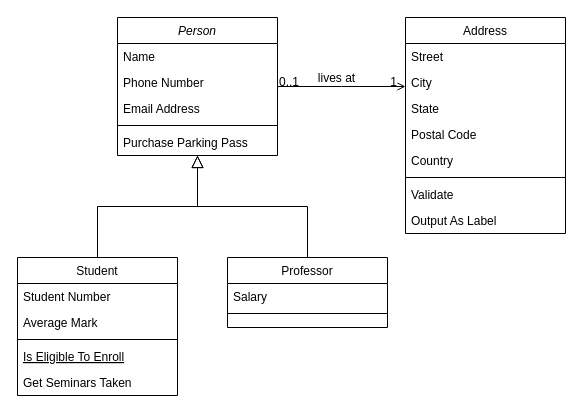
Earlier version of the draw.io diagram Diagram2.drawio (sophiiako/unik). Source tidied: cells renumbered, new cells numbered last; positions are measured from the earlier drawing's top-left corner, leaving out a move shared by most shapes. Both pictures are drawn from the tidied source at 100%, with x=0, y=0 at pixel (17, 17).
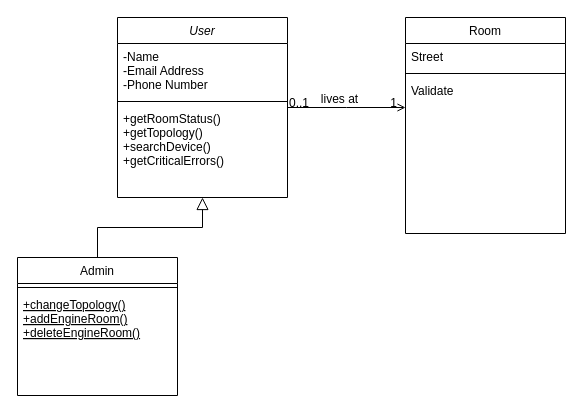
The same page after the edit.

What changed in the source:
```diff
@@
-    <mxCell id="2" value="Person" style="swimlane;fontStyle=2;align=center;verticalAlign=top;horizontal=1;startSize=26;rounded=0;shadow=0;strokeWidth=1;" parent="1" vertex="1">
-      <mxGeometry x="100" width="160" height="138" as="geometry" />
+    <mxCell id="2" value="User" style="swimlane;fontStyle=2;align=center;verticalAlign=top;horizontal=1;startSize=26;rounded=0;shadow=0;strokeWidth=1;" parent="1" vertex="1">
+      <mxGeometry x="100" width="170" height="180" as="geometry" />
     </mxCell>
-    <mxCell id="3" value="Name" style="text;align=left;verticalAlign=top;spacingLeft=4;spacingRight=4;overflow=hidden;" parent="2" vertex="1">
-      <mxGeometry y="26" width="160" height="26" as="geometry" />
+    <mxCell id="3" value="-Name&#10;-Email Address&#10;-Phone Number" style="text;align=left;verticalAlign=top;spacingLeft=4;spacingRight=4;overflow=hidden;" parent="2" vertex="1">
+      <mxGeometry y="26" width="170" height="54" as="geometry" />
     </mxCell>
-    <mxCell id="4" value="Phone Number" style="text;align=left;verticalAlign=top;spacingLeft=4;spacingRight=4;overflow=hidden;rounded=0;shadow=0;html=0;" parent="2" vertex="1">
-      <mxGeometry y="52" width="160" height="26" as="geometry" />
-    </mxCell>
-    <mxCell id="5" value="Email Address" style="text;align=left;verticalAlign=top;spacingLeft=4;spacingRight=4;overflow=hidden;rounded=0;shadow=0;html=0;" parent="2" vertex="1">
-      <mxGeometry y="78" width="160" height="26" as="geometry" />
-    </mxCell>
     <mxCell id="6" style="line;html=1;strokeWidth=1;align=left;verticalAlign=middle;spacingTop=-1;spacingLeft=3;spacingRight=3;labelPosition=right;" parent="2" vertex="1">
-      <mxGeometry y="104" width="160" height="8" as="geometry" />
+      <mxGeometry y="80" width="170" height="8" as="geometry" />
     </mxCell>
-    <mxCell id="7" value="Purchase Parking Pass" style="text;align=left;verticalAlign=top;spacingLeft=4;spacingRight=4;overflow=hidden;" parent="2" vertex="1">
-      <mxGeometry y="112" width="160" height="26" as="geometry" />
+    <mxCell id="7" value="+getRoomStatus()&#10;+getTopology()&#10;+searchDevice()&#10;+getCriticalErrors()" style="text;align=left;verticalAlign=top;spacingLeft=4;spacingRight=4;overflow=hidden;" parent="2" vertex="1">
+      <mxGeometry y="88" width="170" height="68" as="geometry" />
     </mxCell>
-    <mxCell id="8" value="Student" style="swimlane;fontStyle=0;align=center;verticalAlign=top;horizontal=1;startSize=26;rounded=0;shadow=0;strokeWidth=1;" parent="1" vertex="1">
+    <mxCell id="8" value="Admin" style="swimlane;fontStyle=0;align=center;verticalAlign=top;horizontal=1;startSize=26;rounded=0;shadow=0;strokeWidth=1;" parent="1" vertex="1">
       <mxGeometry y="240" width="160" height="138" as="geometry" />
     </mxCell>
-    <mxCell id="9" value="Student Number" style="text;align=left;verticalAlign=top;spacingLeft=4;spacingRight=4;overflow=hidden;" parent="8" vertex="1">
-      <mxGeometry y="26" width="160" height="26" as="geometry" />
-    </mxCell>
-    <mxCell id="10" value="Average Mark" style="text;align=left;verticalAlign=top;spacingLeft=4;spacingRight=4;overflow=hidden;rounded=0;shadow=0;html=0;" parent="8" vertex="1">
-      <mxGeometry y="52" width="160" height="26" as="geometry" />
-    </mxCell>
     <mxCell id="11" style="line;html=1;strokeWidth=1;align=left;verticalAlign=middle;spacingTop=-1;spacingLeft=3;spacingRight=3;labelPosition=right;" parent="8" vertex="1">
-      <mxGeometry y="78" width="160" height="8" as="geometry" />
+      <mxGeometry y="26" width="160" height="8" as="geometry" />
     </mxCell>
-    <mxCell id="12" value="Is Eligible To Enroll" style="text;align=left;verticalAlign=top;spacingLeft=4;spacingRight=4;overflow=hidden;fontStyle=4;" parent="8" vertex="1">
-      <mxGeometry y="86" width="160" height="26" as="geometry" />
+    <mxCell id="12" value="+changeTopology()&#10;+addEngineRoom()&#10;+deleteEngineRoom()" style="text;align=left;verticalAlign=top;spacingLeft=4;spacingRight=4;overflow=hidden;fontStyle=4;" parent="8" vertex="1">
+      <mxGeometry y="34" width="160" height="66" as="geometry" />
     </mxCell>
-    <mxCell id="13" value="Get Seminars Taken" style="text;align=left;verticalAlign=top;spacingLeft=4;spacingRight=4;overflow=hidden;" parent="8" vertex="1">
-      <mxGeometry y="112" width="160" height="26" as="geometry" />
-    </mxCell>
@@
-    <mxCell id="15" value="Professor" style="swimlane;fontStyle=0;align=center;verticalAlign=top;horizontal=1;startSize=26;rounded=0;shadow=0;strokeWidth=1;" parent="1" vertex="1">
-      <mxGeometry x="210" y="240" width="160" height="70" as="geometry" />
-    </mxCell>
-    <mxCell id="16" value="Salary" style="text;align=left;verticalAlign=top;spacingLeft=4;spacingRight=4;overflow=hidden;" parent="15" vertex="1">
-      <mxGeometry y="26" width="160" height="26" as="geometry" />
-    </mxCell>
-    <mxCell id="17" style="line;html=1;strokeWidth=1;align=left;verticalAlign=middle;spacingTop=-1;spacingLeft=3;spacingRight=3;labelPosition=right;" parent="15" vertex="1">
-      <mxGeometry y="52" width="160" height="8" as="geometry" />
-    </mxCell>
-    <mxCell id="18" style="endArrow=block;endSize=10;endFill=0;shadow=0;strokeWidth=1;rounded=0;edgeStyle=elbowEdgeStyle;elbow=vertical;" parent="1" edge="1" source="15" target="2">
-      <mxGeometry relative="1" as="geometry" />
-    </mxCell>
-    <mxCell id="19" value="Address" style="swimlane;fontStyle=0;align=center;verticalAlign=top;horizontal=1;startSize=26;rounded=0;shadow=0;strokeWidth=1;" parent="1" vertex="1">
+    <mxCell id="19" value="Room" style="swimlane;fontStyle=0;align=center;verticalAlign=top;horizontal=1;startSize=26;rounded=0;shadow=0;strokeWidth=1;" parent="1" vertex="1">
       <mxGeometry x="388" width="160" height="216" as="geometry" />
     </mxCell>
@@
-    <mxCell id="21" value="City" style="text;align=left;verticalAlign=top;spacingLeft=4;spacingRight=4;overflow=hidden;rounded=0;shadow=0;html=0;" parent="19" vertex="1">
-      <mxGeometry y="52" width="160" height="26" as="geometry" />
-    </mxCell>
-    <mxCell id="22" value="State" style="text;align=left;verticalAlign=top;spacingLeft=4;spacingRight=4;overflow=hidden;rounded=0;shadow=0;html=0;" parent="19" vertex="1">
-      <mxGeometry y="78" width="160" height="26" as="geometry" />
-    </mxCell>
-    <mxCell id="23" value="Postal Code" style="text;align=left;verticalAlign=top;spacingLeft=4;spacingRight=4;overflow=hidden;rounded=0;shadow=0;html=0;" parent="19" vertex="1">
-      <mxGeometry y="104" width="160" height="26" as="geometry" />
-    </mxCell>
-    <mxCell id="24" value="Country" style="text;align=left;verticalAlign=top;spacingLeft=4;spacingRight=4;overflow=hidden;rounded=0;shadow=0;html=0;" parent="19" vertex="1">
-      <mxGeometry y="130" width="160" height="26" as="geometry" />
-    </mxCell>
     <mxCell id="25" style="line;html=1;strokeWidth=1;align=left;verticalAlign=middle;spacingTop=-1;spacingLeft=3;spacingRight=3;labelPosition=right;" parent="19" vertex="1">
-      <mxGeometry y="156" width="160" height="8" as="geometry" />
+      <mxGeometry y="52" width="160" height="8" as="geometry" />
     </mxCell>
     <mxCell id="26" value="Validate" style="text;align=left;verticalAlign=top;spacingLeft=4;spacingRight=4;overflow=hidden;" parent="19" vertex="1">
-      <mxGeometry y="164" width="160" height="26" as="geometry" />
+      <mxGeometry y="60" width="160" height="26" as="geometry" />
     </mxCell>
-    <mxCell id="27" value="Output As Label" style="text;align=left;verticalAlign=top;spacingLeft=4;spacingRight=4;overflow=hidden;" parent="19" vertex="1">
-      <mxGeometry y="190" width="160" height="26" as="geometry" />
-    </mxCell>
```
